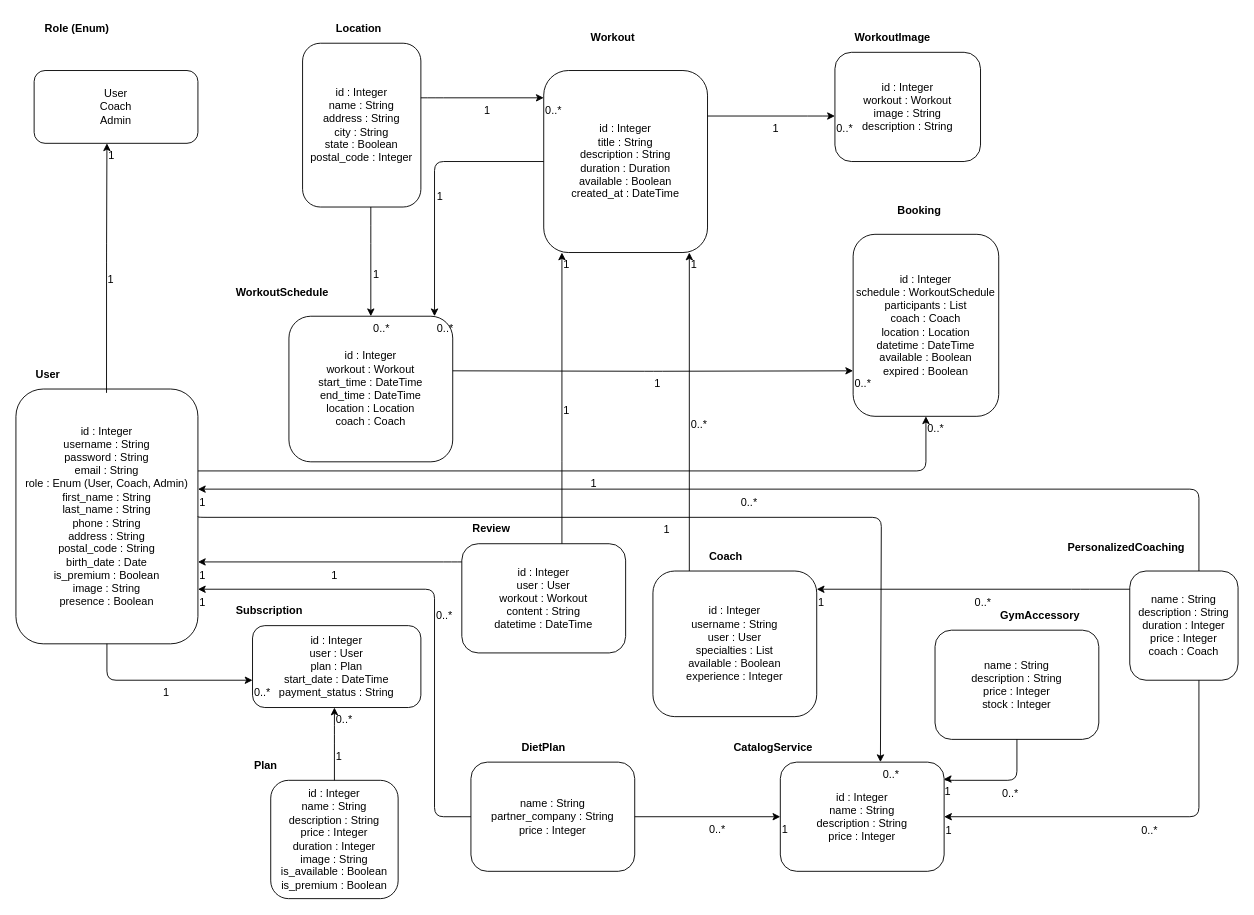
This is Diagramme de classe25082024definitif.drawio from DipsLoco/TFE_2024, a draw.io file, before an edit. Source tidied: cells renumbered, new cells numbered last; positions are measured from the earlier drawing's top-left corner, leaving out a move shared by most shapes. Both pictures are drawn from the tidied source at 91%, with x=0, y=0 at pixel (15, 15).
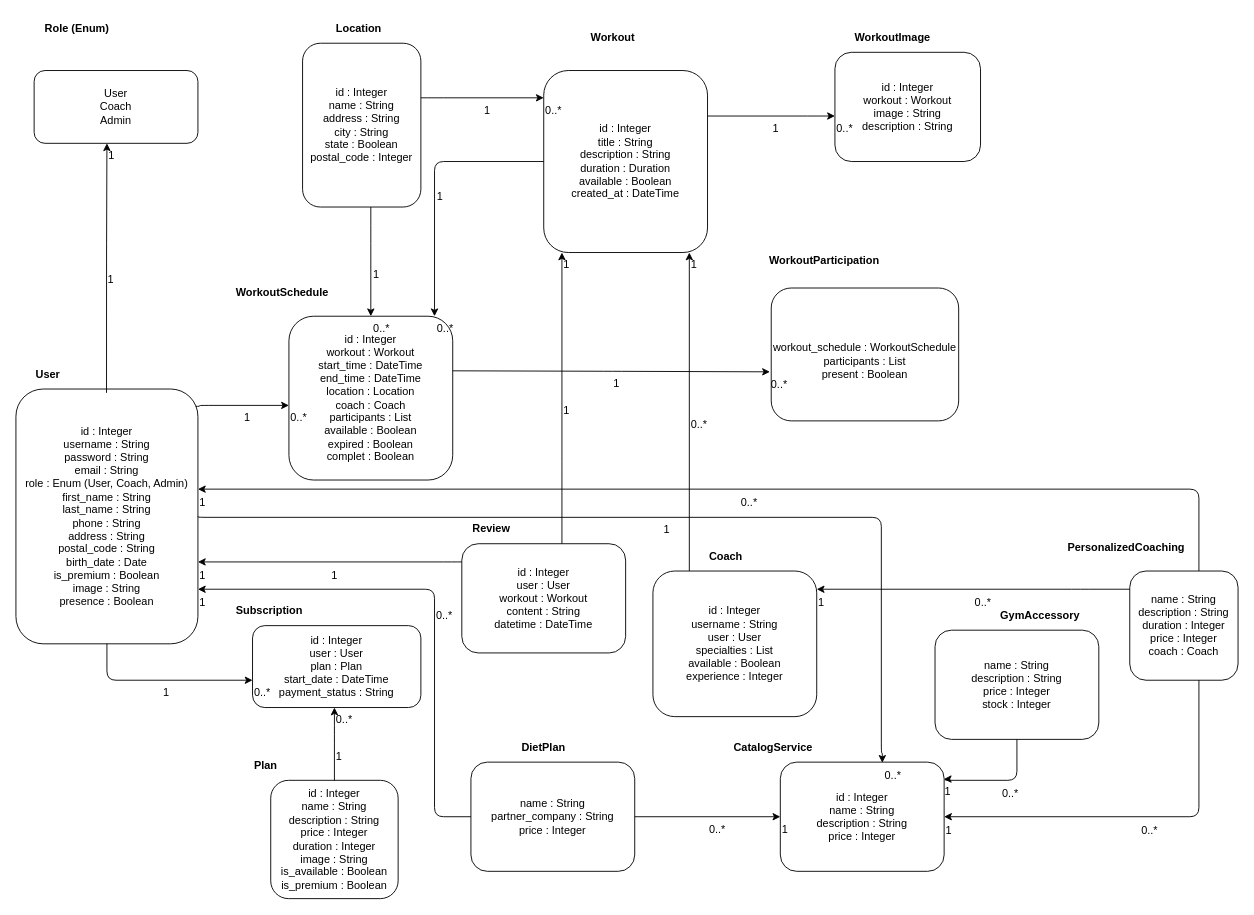
Above is the later version.

Commit message:
Mettre à jour Diagramme de classe30092024definitif.drawio

Unchanged cells that the change refers to:
```xml
<mxCell id="3" value="&lt;span style=&quot;text-align: left; text-wrap: nowrap;&quot;&gt;id : Integer&lt;/span&gt;&lt;br style=&quot;text-align: left; text-wrap: nowrap;&quot;&gt;&lt;span style=&quot;text-align: left; text-wrap: nowrap;&quot;&gt;username : String&lt;/span&gt;&lt;br style=&quot;text-align: left; text-wrap: nowrap;&quot;&gt;&lt;span style=&quot;text-align: left; text-wrap: nowrap;&quot;&gt;password : String&lt;/span&gt;&lt;br style=&quot;text-align: left; text-wrap: nowrap;&quot;&gt;&lt;span style=&quot;text-align: left; text-wrap: nowrap;&quot;&gt;email : String&lt;/span&gt;&lt;br style=&quot;text-align: left; text-wrap: nowrap;&quot;&gt;&lt;span style=&quot;text-align: left; text-wrap: nowrap;&quot;&gt;role : Enum (User, Coach, Admin)&lt;/span&gt;&lt;br style=&quot;text-align: left; text-wrap: nowrap;&quot;&gt;&lt;span style=&quot;text-align: left; text-wrap: nowrap;&quot;&gt;first_name : String&lt;/span&gt;&lt;br style=&quot;text-align: left; text-wrap: nowrap;&quot;&gt;&lt;span style=&quot;text-align: left; text-wrap: nowrap;&quot;&gt;last_name : String&lt;/span&gt;&lt;br style=&quot;text-align: left; text-wrap: nowrap;&quot;&gt;&lt;span style=&quot;text-align: left; text-wrap: nowrap;&quot;&gt;phone : String&lt;/span&gt;&lt;br style=&quot;text-align: left; text-wrap: nowrap;&quot;&gt;&lt;span style=&quot;text-align: left; text-wrap: nowrap;&quot;&gt;address : String&lt;/span&gt;&lt;br style=&quot;text-align: left; text-wrap: nowrap;&quot;&gt;&lt;span style=&quot;text-align: left; text-wrap: nowrap;&quot;&gt;postal_code : String&lt;/span&gt;&lt;br style=&quot;text-align: left; text-wrap: nowrap;&quot;&gt;&lt;span style=&quot;text-align: left; text-wrap: nowrap;&quot;&gt;birth_date : Date&lt;/span&gt;&lt;br style=&quot;text-align: left; text-wrap: nowrap;&quot;&gt;&lt;span style=&quot;text-align: left; text-wrap: nowrap;&quot;&gt;is_premium : Boolean&lt;/span&gt;&lt;br style=&quot;text-align: left; text-wrap: nowrap;&quot;&gt;&lt;span style=&quot;text-align: left; text-wrap: nowrap;&quot;&gt;image : String&lt;/span&gt;&lt;br style=&quot;text-align: left; text-wrap: nowrap;&quot;&gt;&lt;span style=&quot;text-align: left; text-wrap: nowrap;&quot;&gt;presence : Boolean&lt;/span&gt;" style="rounded=1;whiteSpace=wrap;html=1;" parent="1" vertex="1">
  <mxGeometry y="410" width="200" height="280" as="geometry" />
</mxCell>
<mxCell id="24" value="CatalogService" style="text;html=1;whiteSpace=wrap;fontStyle=1;" parent="1" vertex="1">
  <mxGeometry x="787" y="790" width="180" height="30" as="geometry" />
</mxCell>
```

Change to the diagram source:
```diff
@@
-    <mxCell id="11" value="&lt;span style=&quot;text-align: left; text-wrap: nowrap;&quot;&gt;id : Integer&lt;/span&gt;&lt;br style=&quot;text-align: left; text-wrap: nowrap;&quot;&gt;&lt;span style=&quot;text-align: left; text-wrap: nowrap;&quot;&gt;workout : Workout&lt;/span&gt;&lt;br style=&quot;text-align: left; text-wrap: nowrap;&quot;&gt;&lt;span style=&quot;text-align: left; text-wrap: nowrap;&quot;&gt;start_time : DateTime&lt;/span&gt;&lt;br style=&quot;text-align: left; text-wrap: nowrap;&quot;&gt;&lt;span style=&quot;text-align: left; text-wrap: nowrap;&quot;&gt;end_time : DateTime&lt;/span&gt;&lt;br style=&quot;text-align: left; text-wrap: nowrap;&quot;&gt;&lt;span style=&quot;text-align: left; text-wrap: nowrap;&quot;&gt;location : Location&lt;/span&gt;&lt;br style=&quot;text-align: left; text-wrap: nowrap;&quot;&gt;&lt;span style=&quot;text-align: left; text-wrap: nowrap;&quot;&gt;coach : Coach&lt;/span&gt;" style="rounded=1;whiteSpace=wrap;html=1;" parent="1" vertex="1">
-      <mxGeometry x="300" y="330" width="180" height="160" as="geometry" />
+    <mxCell id="11" value="&lt;span style=&quot;text-align: left; text-wrap: nowrap;&quot;&gt;id : Integer&lt;/span&gt;&lt;br style=&quot;text-align: left; text-wrap: nowrap;&quot;&gt;&lt;span style=&quot;text-align: left; text-wrap: nowrap;&quot;&gt;workout : Workout&lt;/span&gt;&lt;br style=&quot;text-align: left; text-wrap: nowrap;&quot;&gt;&lt;span style=&quot;text-align: left; text-wrap: nowrap;&quot;&gt;start_time : DateTime&lt;/span&gt;&lt;br style=&quot;text-align: left; text-wrap: nowrap;&quot;&gt;&lt;span style=&quot;text-align: left; text-wrap: nowrap;&quot;&gt;end_time : DateTime&lt;/span&gt;&lt;br style=&quot;text-align: left; text-wrap: nowrap;&quot;&gt;&lt;span style=&quot;text-align: left; text-wrap: nowrap;&quot;&gt;location : Location&lt;/span&gt;&lt;br style=&quot;text-align: left; text-wrap: nowrap;&quot;&gt;&lt;span style=&quot;text-align: left; text-wrap: nowrap;&quot;&gt;coach : Coach&lt;/span&gt;&lt;br style=&quot;text-align: left; text-wrap: nowrap;&quot;&gt;&lt;span style=&quot;text-align: left; text-wrap: nowrap;&quot;&gt;participants : List&lt;/span&gt;&lt;br style=&quot;text-align: left; text-wrap: nowrap;&quot;&gt;&lt;span style=&quot;text-align: left; text-wrap: nowrap;&quot;&gt;available : Boolean&lt;/span&gt;&lt;br style=&quot;text-align: left; text-wrap: nowrap;&quot;&gt;&lt;div&gt;&lt;span style=&quot;text-align: left; text-wrap: nowrap;&quot;&gt;expired : Boolean&lt;/span&gt;&lt;/div&gt;&lt;div&gt;&lt;span style=&quot;text-align: left; text-wrap: nowrap;&quot;&gt;complet : Boolean&lt;br&gt;&lt;/span&gt;&lt;/div&gt;" style="rounded=1;whiteSpace=wrap;html=1;" parent="1" vertex="1">
+      <mxGeometry x="300" y="330" width="180" height="180" as="geometry" />
     </mxCell>
-    <mxCell id="12" value="Booking" style="text;html=1;whiteSpace=wrap;fontStyle=1;" parent="1" vertex="1">
-      <mxGeometry x="967" y="200" width="180" height="30" as="geometry" />
+    <mxCell id="12" value="WorkoutParticipation" style="text;html=1;whiteSpace=wrap;fontStyle=1;" parent="1" vertex="1">
+      <mxGeometry x="826" y="255" width="180" height="30" as="geometry" />
     </mxCell>
-    <mxCell id="13" value="&lt;span style=&quot;text-align: left; text-wrap: nowrap;&quot;&gt;id : Integer&lt;/span&gt;&lt;br style=&quot;text-align: left; text-wrap: nowrap;&quot;&gt;&lt;span style=&quot;text-align: left; text-wrap: nowrap;&quot;&gt;schedule : WorkoutSchedule&lt;/span&gt;&lt;br style=&quot;text-align: left; text-wrap: nowrap;&quot;&gt;&lt;span style=&quot;text-align: left; text-wrap: nowrap;&quot;&gt;participants : List&lt;/span&gt;&lt;br style=&quot;text-align: left; text-wrap: nowrap;&quot;&gt;&lt;span style=&quot;text-align: left; text-wrap: nowrap;&quot;&gt;coach : Coach&lt;/span&gt;&lt;br style=&quot;text-align: left; text-wrap: nowrap;&quot;&gt;&lt;span style=&quot;text-align: left; text-wrap: nowrap;&quot;&gt;location : Location&lt;/span&gt;&lt;br style=&quot;text-align: left; text-wrap: nowrap;&quot;&gt;&lt;span style=&quot;text-align: left; text-wrap: nowrap;&quot;&gt;datetime : DateTime&lt;/span&gt;&lt;br style=&quot;text-align: left; text-wrap: nowrap;&quot;&gt;&lt;span style=&quot;text-align: left; text-wrap: nowrap;&quot;&gt;available : Boolean&lt;/span&gt;&lt;br style=&quot;text-align: left; text-wrap: nowrap;&quot;&gt;&lt;span style=&quot;text-align: left; text-wrap: nowrap;&quot;&gt;expired : Boolean&lt;/span&gt;" style="rounded=1;whiteSpace=wrap;html=1;" parent="1" vertex="1">
-      <mxGeometry x="920" y="240" width="160" height="200" as="geometry" />
+    <mxCell id="13" value="&lt;br style=&quot;text-align: left; text-wrap: nowrap;&quot;&gt;&lt;span style=&quot;text-align: left; text-wrap: nowrap;&quot;&gt;workout_schedule : WorkoutSchedule&lt;/span&gt;&lt;br style=&quot;text-align: left; text-wrap: nowrap;&quot;&gt;&lt;span style=&quot;text-align: left; text-wrap: nowrap;&quot;&gt;participants : List&lt;/span&gt;&lt;br style=&quot;text-align: left; text-wrap: nowrap;&quot;&gt;&lt;span style=&quot;text-align: left; text-wrap: nowrap;&quot;&gt;present : Boolean&lt;/span&gt;" style="rounded=1;whiteSpace=wrap;html=1;" parent="1" vertex="1">
+      <mxGeometry x="830" y="299" width="206" height="146" as="geometry" />
     </mxCell>
@@
-    <mxCell id="32" style="edgeStyle=orthogonalEdgeStyle;rounded=1;html=1;" parent="1" edge="1" source="3" target="13">
+    <mxCell id="32" style="edgeStyle=orthogonalEdgeStyle;rounded=1;html=1;exitX=0.988;exitY=0.068;exitDx=0;exitDy=0;exitPerimeter=0;" parent="1" edge="1" source="3">
       <mxGeometry relative="1" as="geometry">
+        <mxPoint x="300" y="428" as="targetPoint" />
         <Array as="points">
-          <mxPoint x="1000" y="500" />
+          <mxPoint x="202" y="429" />
         </Array>
       </mxGeometry>
     </mxCell>
@@
-    <mxCell id="38" style="edgeStyle=orthogonalEdgeStyle;rounded=1;html=1;" parent="1" edge="1">
+    <mxCell id="38" style="edgeStyle=orthogonalEdgeStyle;rounded=1;html=1;entryX=0.917;entryY=1.024;entryDx=0;entryDy=0;entryPerimeter=0;" parent="1" edge="1" target="24">
       <mxGeometry relative="1" as="geometry">
         <mxPoint x="200" y="550" as="sourcePoint" />
-        <mxPoint x="950" y="820" as="targetPoint" />
         <Array as="points">
           <mxPoint x="200" y="551" />
           <mxPoint x="951" y="551" />
+          <mxPoint x="951" y="810" />
+          <mxPoint x="952" y="810" />
         </Array>
       </mxGeometry>
     </mxCell>
@@
-    <mxCell id="53" style="edgeStyle=orthogonalEdgeStyle;rounded=1;html=1;entryX=0;entryY=0.75;entryDx=0;entryDy=0;" parent="1" edge="1" target="13">
+    <mxCell id="53" style="edgeStyle=orthogonalEdgeStyle;rounded=1;html=1;entryX=-0.007;entryY=0.631;entryDx=0;entryDy=0;entryPerimeter=0;" parent="1" edge="1" target="13">
       <mxGeometry relative="1" as="geometry">
         <mxPoint x="480" y="390" as="sourcePoint" />
       </mxGeometry>
     </mxCell>
```
